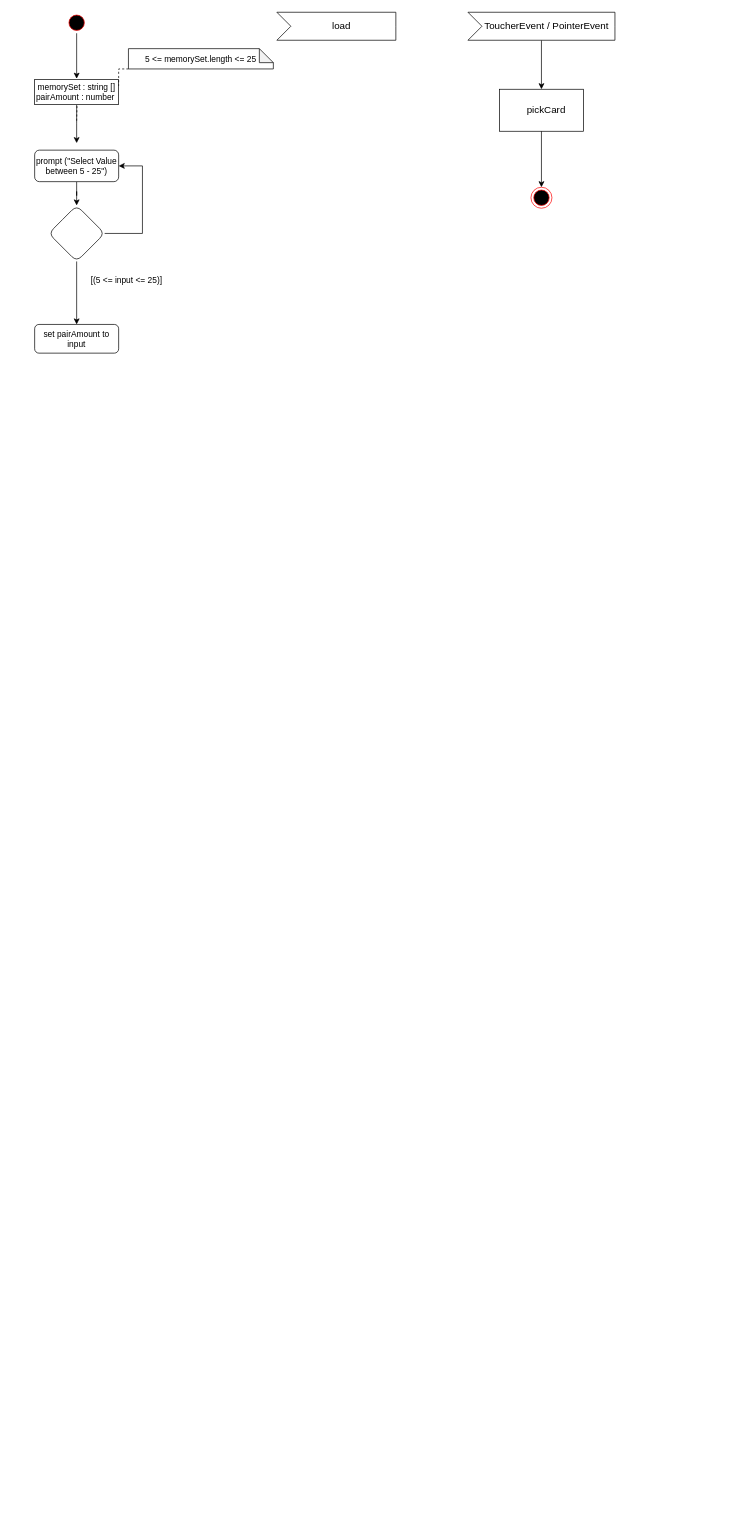
Before: Untitled Diagram.drawio in huehneja/EIA2_SoSe2022, a draw.io diagram. Source tidied: cells renumbered, new cells numbered last; positions are measured from the earlier drawing's top-left corner, leaving out a move shared by most shapes. Both pictures are drawn from the tidied source at 70%, with x=0, y=0 at pixel (34, 12).
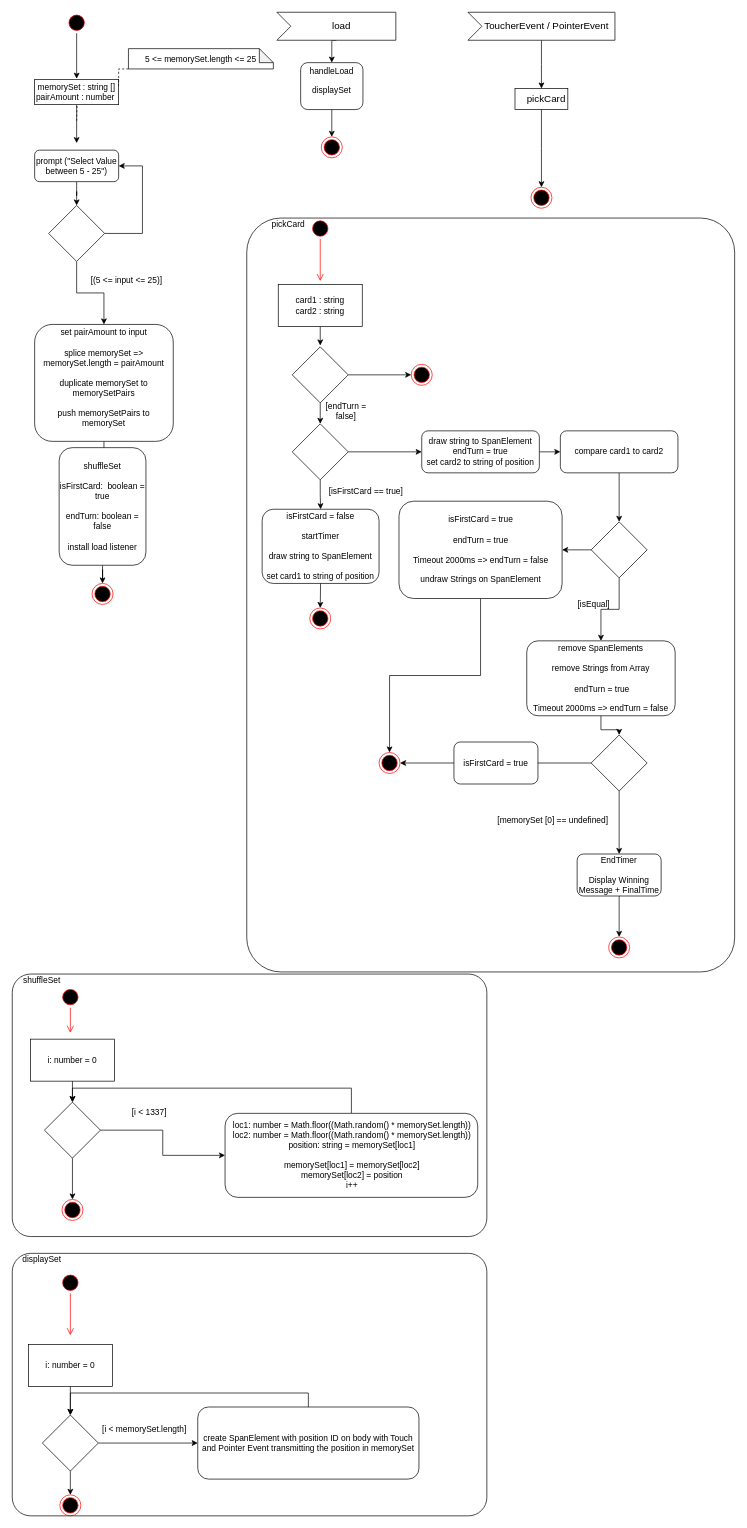
The same page after the edit.

Unchanged cells that the change refers to:
```xml
<mxCell id="2" value="load" style="html=1;shape=mxgraph.infographic.ribbonSimple;notch1=20;notch2=0;align=center;verticalAlign=middle;fontSize=14;fontStyle=0;fillColor=#FFFFFF;flipH=0;spacingRight=0;spacingLeft=14;" parent="1" vertex="1">
  <mxGeometry x="346" width="170" height="40" as="geometry" />
</mxCell>
```

The edit, as a diff of the source:
```diff
@@
+    <mxCell id="23" style="edgeStyle=orthogonalEdgeStyle;rounded=0;jettySize=auto;html=1;exitX=0;exitY=0;exitDx=85;exitDy=40;exitPerimeter=0;entryX=0.5;entryY=0;entryDx=0;entryDy=0;" parent="1" edge="1" source="2" target="41">
+      <mxGeometry relative="1" as="geometry" />
+    </mxCell>
@@
     <mxCell id="5" value="pickCard" style="whiteSpace=wrap;html=1;fontSize=14;fontStyle=0;fillColor=#FFFFFF;spacingLeft=14;spacingRight=0;" parent="1" vertex="1">
-      <mxGeometry x="664" y="110" width="120" height="60" as="geometry" />
+      <mxGeometry x="686.2" y="109" width="75.5" height="30" as="geometry" />
     </mxCell>
@@
-    <mxCell id="20" style="rhombus;whiteSpace=wrap;html=1;rounded=1;" parent="1" vertex="1">
+    <mxCell id="20" style="rhombus;whiteSpace=wrap;html=1;rounded=0;" parent="1" vertex="1">
       <mxGeometry x="20" y="276" width="80" height="80" as="geometry" />
     </mxCell>
+    <mxCell id="24" style="edgeStyle=orthogonalEdgeStyle;rounded=0;jettySize=auto;html=1;" parent="1" edge="1" source="21" target="26">
+      <mxGeometry relative="1" as="geometry" />
+    </mxCell>
-    <mxCell id="21" value="set pairAmount to input" style="whiteSpace=wrap;html=1;rounded=1;" parent="1" vertex="1">
-      <mxGeometry y="446" width="120" height="41" as="geometry" />
+    <mxCell id="21" value="set pairAmount to input&lt;br&gt;&lt;br&gt;splice memorySet =&amp;gt; memorySet.length = pairAmount&lt;br&gt;&lt;br&gt;duplicate memorySet to memorySetPairs&lt;br&gt;&lt;br&gt;push memorySetPairs to memorySet&lt;br&gt;&lt;br&gt;" style="whiteSpace=wrap;html=1;rounded=1;" parent="1" vertex="1">
+      <mxGeometry y="446" width="198" height="167" as="geometry" />
     </mxCell>
@@
+    <mxCell id="25" style="edgeStyle=orthogonalEdgeStyle;rounded=0;jettySize=auto;html=1;exitX=0.5;exitY=1;exitDx=0;exitDy=0;" parent="1" edge="1" source="26" target="56">
+      <mxGeometry relative="1" as="geometry" />
+    </mxCell>
+    <mxCell id="26" value="shuffleSet&lt;br&gt;&lt;br&gt;&lt;font style=&quot;font-size: 12px&quot;&gt;isFirstCard: &amp;nbsp;boolean = true&lt;br&gt;&lt;br&gt;endTurn: boolean = false&lt;br&gt;&lt;/font&gt;&lt;br&gt;install load listener" style="whiteSpace=wrap;html=1;rounded=1;" parent="1" vertex="1">
+      <mxGeometry x="35" y="622" width="124" height="168" as="geometry" />
+    </mxCell>
+    <mxCell id="27" style="rounded=1;whiteSpace=wrap;html=1;arcSize=7;" parent="1" vertex="1">
+      <mxGeometry x="-32" y="1374" width="678" height="375" as="geometry" />
+    </mxCell>
+    <mxCell id="28" value="shuffleSet" style="text;html=1;align=center;verticalAlign=middle;strokeColor=none;fillColor=none;" parent="1" vertex="1">
+      <mxGeometry x="-22" y="1374" width="63" height="18" as="geometry" />
+    </mxCell>
+    <mxCell id="29" style="ellipse;html=1;shape=startState;fillColor=#000000;strokeColor=#ff0000;" parent="1" vertex="1">
+      <mxGeometry x="36" y="1392" width="30" height="30" as="geometry" />
+    </mxCell>
+    <mxCell id="30" style="edgeStyle=orthogonalEdgeStyle;html=1;verticalAlign=bottom;endArrow=open;endSize=8;strokeColor=#ff0000;rounded=0;" parent="1" edge="1" source="29">
+      <mxGeometry relative="1" as="geometry">
+        <mxPoint x="51" y="1458" as="targetPoint" />
+      </mxGeometry>
+    </mxCell>
+    <mxCell id="31" style="edgeStyle=orthogonalEdgeStyle;rounded=0;jettySize=auto;html=1;exitX=0.5;exitY=0;exitDx=0;exitDy=0;entryX=0.5;entryY=0;entryDx=0;entryDy=0;" parent="1" edge="1" source="32" target="35">
+      <mxGeometry relative="1" as="geometry" />
+    </mxCell>
+    <mxCell id="32" value="loc1: number = Math.floor((Math.random() * memorySet.length))&lt;br&gt;loc2: number = Math.floor((Math.random() * memorySet.length))&lt;br&gt;position: string = memorySet[loc1]&lt;br&gt;&lt;br&gt;memorySet[loc1] = memorySet[loc2]&lt;br&gt;memorySet[loc2] = position&lt;br&gt;i++" style="html=1;rounded=1;" parent="1" vertex="1">
+      <mxGeometry x="272" y="1573" width="361" height="120" as="geometry" />
+    </mxCell>
+    <mxCell id="33" style="edgeStyle=orthogonalEdgeStyle;rounded=0;jettySize=auto;html=1;exitX=1;exitY=0.5;exitDx=0;exitDy=0;entryX=0;entryY=0.5;entryDx=0;entryDy=0;" parent="1" edge="1" source="35" target="32">
+      <mxGeometry relative="1" as="geometry" />
+    </mxCell>
+    <mxCell id="34" style="edgeStyle=orthogonalEdgeStyle;rounded=0;jettySize=auto;html=1;exitX=0.5;exitY=1;exitDx=0;exitDy=0;" parent="1" edge="1" source="35" target="39">
+      <mxGeometry relative="1" as="geometry" />
+    </mxCell>
+    <mxCell id="35" style="rhombus;whiteSpace=wrap;html=1;" parent="1" vertex="1">
+      <mxGeometry x="14" y="1557" width="80" height="80" as="geometry" />
+    </mxCell>
+    <mxCell id="36" style="edgeStyle=orthogonalEdgeStyle;rounded=0;jettySize=auto;html=1;exitX=0.5;exitY=1;exitDx=0;exitDy=0;entryX=0.5;entryY=0;entryDx=0;entryDy=0;" parent="1" edge="1" source="37" target="35">
+      <mxGeometry relative="1" as="geometry" />
+    </mxCell>
+    <mxCell id="37" value="i: number = 0" style="rounded=0;whiteSpace=wrap;html=1;" parent="1" vertex="1">
+      <mxGeometry x="-6" y="1467" width="120" height="60" as="geometry" />
+    </mxCell>
+    <mxCell id="38" value="[i &amp;lt; 1337]" style="text;html=1;strokeColor=none;fillColor=none;align=center;verticalAlign=middle;whiteSpace=wrap;rounded=0;" parent="1" vertex="1">
+      <mxGeometry x="134" y="1557" width="60" height="30" as="geometry" />
+    </mxCell>
+    <mxCell id="39" style="ellipse;html=1;shape=endState;fillColor=#000000;strokeColor=#ff0000;" parent="1" vertex="1">
+      <mxGeometry x="39" y="1696" width="30" height="30" as="geometry" />
+    </mxCell>
+    <mxCell id="40" style="edgeStyle=orthogonalEdgeStyle;rounded=0;jettySize=auto;html=1;exitX=0.5;exitY=1;exitDx=0;exitDy=0;entryX=0.5;entryY=0;entryDx=0;entryDy=0;" parent="1" edge="1" source="41" target="55">
+      <mxGeometry relative="1" as="geometry" />
+    </mxCell>
+    <mxCell id="41" value="handleLoad&lt;br&gt;&lt;br&gt;displaySet&lt;br&gt;&lt;span style=&quot;font-size: 14px&quot;&gt;&lt;br&gt;&lt;/span&gt;" style="whiteSpace=wrap;html=1;rounded=1;" parent="1" vertex="1">
+      <mxGeometry x="380" y="72" width="89" height="67" as="geometry" />
+    </mxCell>
+    <mxCell id="42" style="rounded=1;whiteSpace=wrap;html=1;arcSize=7;" parent="1" vertex="1">
+      <mxGeometry x="-32" y="1773" width="678" height="375" as="geometry" />
+    </mxCell>
+    <mxCell id="43" value="displaySet" style="text;html=1;align=center;verticalAlign=middle;strokeColor=none;fillColor=none;" parent="1" vertex="1">
+      <mxGeometry x="-23" y="1773" width="65" height="18" as="geometry" />
+    </mxCell>
+    <mxCell id="44" style="ellipse;html=1;shape=startState;fillColor=#000000;strokeColor=#ff0000;rounded=1;" parent="1" vertex="1">
+      <mxGeometry x="36" y="1800" width="30" height="30" as="geometry" />
+    </mxCell>
+    <mxCell id="45" style="edgeStyle=orthogonalEdgeStyle;html=1;verticalAlign=bottom;endArrow=open;endSize=8;strokeColor=#ff0000;rounded=0;" parent="1" edge="1" source="44">
+      <mxGeometry relative="1" as="geometry">
+        <mxPoint x="51" y="1890" as="targetPoint" />
+      </mxGeometry>
+    </mxCell>
+    <mxCell id="46" style="edgeStyle=orthogonalEdgeStyle;rounded=0;jettySize=auto;html=1;exitX=0.5;exitY=1;exitDx=0;exitDy=0;entryX=0.5;entryY=0;entryDx=0;entryDy=0;" parent="1" edge="1" source="47" target="50">
+      <mxGeometry relative="1" as="geometry" />
+    </mxCell>
+    <mxCell id="47" value="i: number = 0" style="rounded=0;whiteSpace=wrap;html=1;" parent="1" vertex="1">
+      <mxGeometry x="-9" y="1903" width="120" height="60" as="geometry" />
+    </mxCell>
+    <mxCell id="48" style="edgeStyle=orthogonalEdgeStyle;rounded=0;jettySize=auto;html=1;exitX=1;exitY=0.5;exitDx=0;exitDy=0;entryX=0;entryY=0.5;entryDx=0;entryDy=0;" parent="1" edge="1" source="50" target="52">
+      <mxGeometry relative="1" as="geometry" />
+    </mxCell>
+    <mxCell id="49" style="edgeStyle=orthogonalEdgeStyle;rounded=0;jettySize=auto;html=1;exitX=0.5;exitY=1;exitDx=0;exitDy=0;entryX=0.5;entryY=0;entryDx=0;entryDy=0;" parent="1" edge="1" source="50" target="54">
+      <mxGeometry relative="1" as="geometry" />
+    </mxCell>
+    <mxCell id="50" style="rhombus;whiteSpace=wrap;html=1;rounded=0;" parent="1" vertex="1">
+      <mxGeometry x="11" y="2004" width="80" height="80" as="geometry" />
+    </mxCell>
+    <mxCell id="51" style="edgeStyle=orthogonalEdgeStyle;rounded=0;jettySize=auto;html=1;exitX=0.5;exitY=0;exitDx=0;exitDy=0;entryX=0.5;entryY=0;entryDx=0;entryDy=0;" parent="1" edge="1" source="52" target="50">
+      <mxGeometry relative="1" as="geometry" />
+    </mxCell>
+    <mxCell id="52" value="create SpanElement with position ID on body with Touch and Pointer Event transmitting the position in memorySet" style="rounded=1;whiteSpace=wrap;html=1;" parent="1" vertex="1">
+      <mxGeometry x="233" y="1992.5" width="316" height="103" as="geometry" />
+    </mxCell>
+    <mxCell id="53" value="[i &amp;lt; memorySet.length]" style="text;html=1;strokeColor=none;fillColor=none;align=center;verticalAlign=middle;whiteSpace=wrap;rounded=0;" parent="1" vertex="1">
+      <mxGeometry x="86" y="2010" width="142" height="30" as="geometry" />
+    </mxCell>
+    <mxCell id="54" style="ellipse;html=1;shape=endState;fillColor=#000000;strokeColor=#ff0000;rounded=0;" parent="1" vertex="1">
+      <mxGeometry x="36" y="2118" width="30" height="30" as="geometry" />
+    </mxCell>
+    <mxCell id="55" style="ellipse;html=1;shape=endState;fillColor=#000000;strokeColor=#ff0000;rounded=0;" parent="1" vertex="1">
+      <mxGeometry x="409.5" y="178" width="30" height="30" as="geometry" />
+    </mxCell>
+    <mxCell id="56" style="ellipse;html=1;shape=endState;fillColor=#000000;strokeColor=#ff0000;rounded=0;" parent="1" vertex="1">
+      <mxGeometry x="82" y="816" width="30" height="30" as="geometry" />
+    </mxCell>
+    <mxCell id="57" style="rounded=1;whiteSpace=wrap;html=1;arcSize=7;" parent="1" vertex="1">
+      <mxGeometry x="303" y="294" width="697" height="1077" as="geometry" />
+    </mxCell>
+    <mxCell id="58" value="pickCard" style="text;html=1;align=center;verticalAlign=middle;strokeColor=none;fillColor=none;" parent="1" vertex="1">
+      <mxGeometry x="333" y="294" width="57" height="18" as="geometry" />
+    </mxCell>
+    <mxCell id="59" style="edgeStyle=orthogonalEdgeStyle;rounded=0;jettySize=auto;html=1;exitX=0.5;exitY=1;exitDx=0;exitDy=0;entryX=0.5;entryY=0;entryDx=0;entryDy=0;" parent="1" edge="1" target="60">
+      <mxGeometry relative="1" as="geometry">
+        <mxPoint x="408" y="773" as="sourcePoint" />
+      </mxGeometry>
+    </mxCell>
+    <mxCell id="60" style="ellipse;html=1;shape=endState;fillColor=#000000;strokeColor=#ff0000;rounded=0;" parent="1" vertex="1">
+      <mxGeometry x="393" y="851" width="30" height="30" as="geometry" />
+    </mxCell>
+    <mxCell id="61" style="edgeStyle=orthogonalEdgeStyle;rounded=0;jettySize=auto;html=1;exitX=1;exitY=0.5;exitDx=0;exitDy=0;entryX=0;entryY=0.5;entryDx=0;entryDy=0;fontSize=12;" parent="1" edge="1" source="63" target="67">
+      <mxGeometry relative="1" as="geometry" />
+    </mxCell>
+    <mxCell id="62" style="edgeStyle=orthogonalEdgeStyle;rounded=0;jettySize=auto;html=1;exitX=0.5;exitY=1;exitDx=0;exitDy=0;entryX=0.5;entryY=0;entryDx=0;entryDy=0;fontSize=12;" parent="1" edge="1" source="63" target="64">
+      <mxGeometry relative="1" as="geometry" />
+    </mxCell>
+    <mxCell id="63" style="rhombus;whiteSpace=wrap;html=1;rounded=0;" parent="1" vertex="1">
+      <mxGeometry x="368" y="588" width="80" height="80" as="geometry" />
+    </mxCell>
+    <mxCell id="64" value="isFirstCard = false&lt;br&gt;&lt;br&gt;startTimer&lt;br&gt;&lt;br&gt;draw string to SpanElement&lt;br&gt;&lt;br&gt;set card1 to string of position" style="rounded=1;whiteSpace=wrap;html=1;" parent="1" vertex="1">
+      <mxGeometry x="325" y="710" width="167" height="106" as="geometry" />
+    </mxCell>
+    <mxCell id="65" value="[isFirstCard == true]" style="text;html=1;align=center;verticalAlign=middle;strokeColor=none;fillColor=none;" parent="1" vertex="1">
+      <mxGeometry x="415" y="676" width="116" height="18" as="geometry" />
+    </mxCell>
+    <mxCell id="66" style="edgeStyle=orthogonalEdgeStyle;rounded=0;jettySize=auto;html=1;exitX=1;exitY=0.5;exitDx=0;exitDy=0;entryX=0;entryY=0.5;entryDx=0;entryDy=0;fontSize=12;" parent="1" edge="1" source="67" target="71">
+      <mxGeometry relative="1" as="geometry" />
+    </mxCell>
+    <mxCell id="67" value="draw string to SpanElement&lt;br&gt;endTurn = true&lt;br&gt;set card2 to string of position" style="rounded=1;whiteSpace=wrap;html=1;fontSize=12;" parent="1" vertex="1">
+      <mxGeometry x="553" y="598" width="168" height="60" as="geometry" />
+    </mxCell>
+    <mxCell id="68" style="edgeStyle=orthogonalEdgeStyle;rounded=0;jettySize=auto;html=1;exitX=0.5;exitY=1;exitDx=0;exitDy=0;fontSize=12;" parent="1" edge="1" source="69">
+      <mxGeometry relative="1" as="geometry">
+        <mxPoint x="408" y="476" as="targetPoint" />
+      </mxGeometry>
+    </mxCell>
+    <mxCell id="69" value="card1 : string&lt;br&gt;card2 : string" style="rounded=0;whiteSpace=wrap;html=1;fontSize=12;" parent="1" vertex="1">
+      <mxGeometry x="348" y="389" width="120" height="60" as="geometry" />
+    </mxCell>
+    <mxCell id="70" style="edgeStyle=orthogonalEdgeStyle;rounded=0;jettySize=auto;html=1;fontSize=12;" parent="1" edge="1" source="71" target="74">
+      <mxGeometry relative="1" as="geometry" />
+    </mxCell>
+    <mxCell id="71" value="compare card1 to card2" style="rounded=1;whiteSpace=wrap;html=1;fontSize=12;" parent="1" vertex="1">
+      <mxGeometry x="751" y="598" width="168" height="60" as="geometry" />
+    </mxCell>
+    <mxCell id="72" style="edgeStyle=orthogonalEdgeStyle;rounded=0;jettySize=auto;html=1;fontSize=12;" parent="1" edge="1" source="74" target="76">
+      <mxGeometry relative="1" as="geometry" />
+    </mxCell>
+    <mxCell id="73" style="edgeStyle=orthogonalEdgeStyle;rounded=0;jettySize=auto;html=1;exitX=0;exitY=0.5;exitDx=0;exitDy=0;entryX=1;entryY=0.5;entryDx=0;entryDy=0;fontSize=12;" parent="1" edge="1" source="74" target="94">
+      <mxGeometry relative="1" as="geometry" />
+    </mxCell>
+    <mxCell id="74" style="rhombus;whiteSpace=wrap;html=1;rounded=0;" parent="1" vertex="1">
+      <mxGeometry x="795" y="728" width="80" height="80" as="geometry" />
+    </mxCell>
+    <mxCell id="75" style="edgeStyle=orthogonalEdgeStyle;rounded=0;jettySize=auto;html=1;fontSize=12;" parent="1" edge="1" source="76" target="86">
+      <mxGeometry relative="1" as="geometry" />
+    </mxCell>
+    <mxCell id="76" value="remove SpanElements&lt;br&gt;&lt;br&gt;remove Strings from Array&lt;br&gt;&lt;br&gt;&amp;nbsp;endTurn = true&lt;br&gt;&lt;br&gt;Timeout 2000ms =&amp;gt; endTurn = false" style="whiteSpace=wrap;html=1;rounded=1;" parent="1" vertex="1">
+      <mxGeometry x="703" y="898" width="212" height="107" as="geometry" />
+    </mxCell>
+    <mxCell id="77" style="ellipse;html=1;shape=startState;fillColor=#000000;strokeColor=#ff0000;rounded=0;fontSize=12;" parent="1" vertex="1">
+      <mxGeometry x="393" y="294" width="30" height="30" as="geometry" />
+    </mxCell>
+    <mxCell id="78" style="edgeStyle=orthogonalEdgeStyle;html=1;verticalAlign=bottom;endArrow=open;endSize=8;strokeColor=#ff0000;rounded=0;fontSize=12;" parent="1" edge="1" source="77">
+      <mxGeometry relative="1" as="geometry">
+        <mxPoint x="408" y="384" as="targetPoint" />
+      </mxGeometry>
+    </mxCell>
+    <mxCell id="79" style="edgeStyle=orthogonalEdgeStyle;rounded=0;jettySize=auto;html=1;exitX=0.5;exitY=1;exitDx=0;exitDy=0;entryX=0.5;entryY=0;entryDx=0;entryDy=0;fontSize=12;" parent="1" edge="1" source="81" target="63">
+      <mxGeometry relative="1" as="geometry" />
+    </mxCell>
+    <mxCell id="80" style="edgeStyle=orthogonalEdgeStyle;rounded=0;jettySize=auto;html=1;exitX=1;exitY=0.5;exitDx=0;exitDy=0;fontSize=12;" parent="1" edge="1" source="81" target="92">
+      <mxGeometry relative="1" as="geometry" />
+    </mxCell>
+    <mxCell id="81" style="rhombus;whiteSpace=wrap;html=1;rounded=0;fontSize=12;" parent="1" vertex="1">
+      <mxGeometry x="368" y="478" width="80" height="80" as="geometry" />
+    </mxCell>
+    <mxCell id="82" value="[endTurn = false]" style="text;html=1;strokeColor=none;fillColor=none;align=center;verticalAlign=middle;whiteSpace=wrap;rounded=0;fontSize=12;" parent="1" vertex="1">
+      <mxGeometry x="415" y="555" width="60" height="30" as="geometry" />
+    </mxCell>
+    <mxCell id="83" value="[isEqual]" style="text;html=1;strokeColor=none;fillColor=none;align=center;verticalAlign=middle;whiteSpace=wrap;rounded=0;fontSize=12;" parent="1" vertex="1">
+      <mxGeometry x="769" y="831" width="60" height="30" as="geometry" />
+    </mxCell>
+    <mxCell id="84" style="edgeStyle=orthogonalEdgeStyle;rounded=0;jettySize=auto;html=1;fontSize=12;" parent="1" edge="1" source="86" target="88">
+      <mxGeometry relative="1" as="geometry" />
+    </mxCell>
+    <mxCell id="85" style="edgeStyle=orthogonalEdgeStyle;rounded=0;jettySize=auto;html=1;exitX=0;exitY=0.5;exitDx=0;exitDy=0;entryX=1;entryY=0.5;entryDx=0;entryDy=0;fontSize=12;startArrow=none;" parent="1" edge="1" source="95" target="91">
+      <mxGeometry relative="1" as="geometry" />
+    </mxCell>
+    <mxCell id="86" style="rhombus;whiteSpace=wrap;html=1;rounded=0;" parent="1" vertex="1">
+      <mxGeometry x="795" y="1032.5" width="80" height="80" as="geometry" />
+    </mxCell>
+    <mxCell id="87" style="edgeStyle=orthogonalEdgeStyle;rounded=0;jettySize=auto;html=1;exitX=0.5;exitY=1;exitDx=0;exitDy=0;entryX=0.5;entryY=0;entryDx=0;entryDy=0;fontSize=12;" parent="1" edge="1" source="88" target="89">
+      <mxGeometry relative="1" as="geometry" />
+    </mxCell>
+    <mxCell id="88" value="EndTimer&lt;br&gt;&lt;br&gt;Display Winning Message + FinalTime" style="whiteSpace=wrap;html=1;rounded=1;" parent="1" vertex="1">
+      <mxGeometry x="775" y="1202.5" width="120" height="60" as="geometry" />
+    </mxCell>
+    <mxCell id="89" style="ellipse;html=1;shape=endState;fillColor=#000000;strokeColor=#ff0000;rounded=1;fontSize=12;" parent="1" vertex="1">
+      <mxGeometry x="820" y="1321" width="30" height="30" as="geometry" />
+    </mxCell>
+    <mxCell id="90" value="[memorySet [0] == undefined]" style="text;html=1;strokeColor=none;fillColor=none;align=center;verticalAlign=middle;whiteSpace=wrap;rounded=0;fontSize=12;" parent="1" vertex="1">
+      <mxGeometry x="649" y="1140" width="183" height="30" as="geometry" />
+    </mxCell>
+    <mxCell id="91" style="ellipse;html=1;shape=endState;fillColor=#000000;strokeColor=#ff0000;rounded=1;fontSize=12;" parent="1" vertex="1">
+      <mxGeometry x="492" y="1057.5" width="30" height="30" as="geometry" />
+    </mxCell>
+    <mxCell id="92" style="ellipse;html=1;shape=endState;fillColor=#000000;strokeColor=#ff0000;rounded=1;fontSize=12;" parent="1" vertex="1">
+      <mxGeometry x="538" y="503" width="30" height="30" as="geometry" />
+    </mxCell>
+    <mxCell id="93" style="edgeStyle=orthogonalEdgeStyle;rounded=0;jettySize=auto;html=1;fontSize=12;" parent="1" edge="1" source="94" target="91">
+      <mxGeometry relative="1" as="geometry" />
+    </mxCell>
+    <mxCell id="94" value="isFirstCard = true&lt;br&gt;&lt;br&gt;endTurn = true&lt;br&gt;&lt;br&gt;Timeout 2000ms =&amp;gt; endTurn = false&lt;br&gt;&lt;br&gt;undraw Strings on SpanElement" style="rounded=1;whiteSpace=wrap;html=1;fontSize=12;" parent="1" vertex="1">
+      <mxGeometry x="520.5" y="698.5" width="233" height="139" as="geometry" />
+    </mxCell>
+    <mxCell id="95" value="isFirstCard = true" style="rounded=1;whiteSpace=wrap;html=1;fontSize=12;" parent="1" vertex="1">
+      <mxGeometry x="599" y="1042.5" width="120" height="60" as="geometry" />
+    </mxCell>
+    <mxCell id="96" style="edgeStyle=orthogonalEdgeStyle;rounded=0;jettySize=auto;html=1;exitX=0;exitY=0.5;exitDx=0;exitDy=0;entryX=1;entryY=0.5;entryDx=0;entryDy=0;fontSize=12;endArrow=none;" parent="1" edge="1" source="86" target="95">
+      <mxGeometry relative="1" as="geometry" />
+    </mxCell>
```
